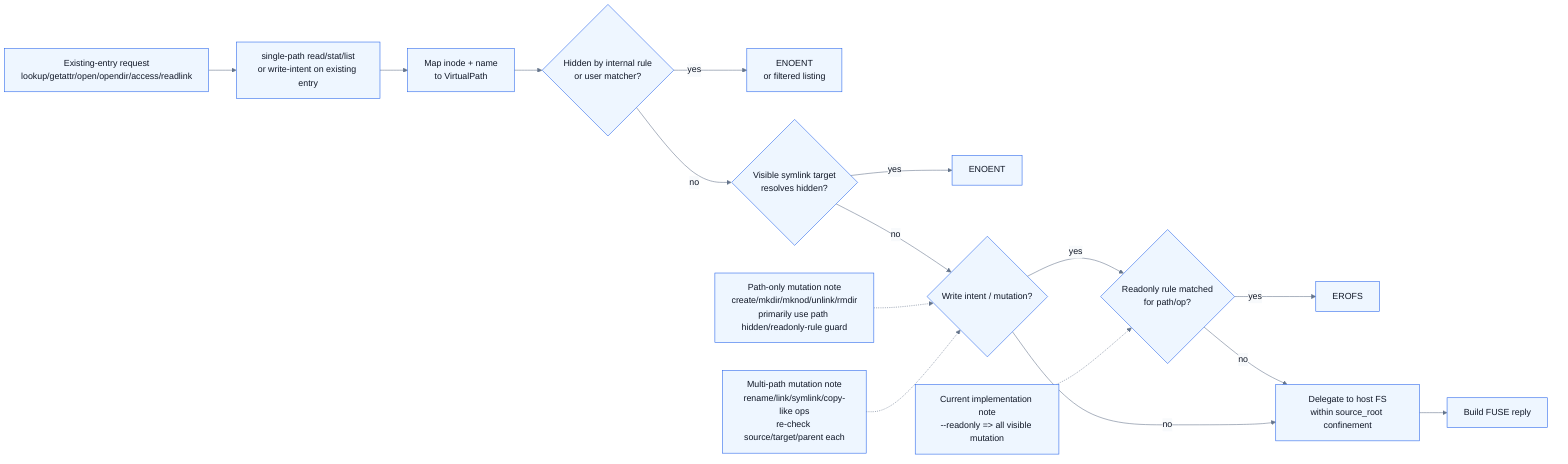
Before: docs/diagrams/request-decision-flow.png, a diagram exported from Mermaid (spi-ca/screenfs). Its source is kept beside it as docs/diagrams/request-decision-flow.mmd.
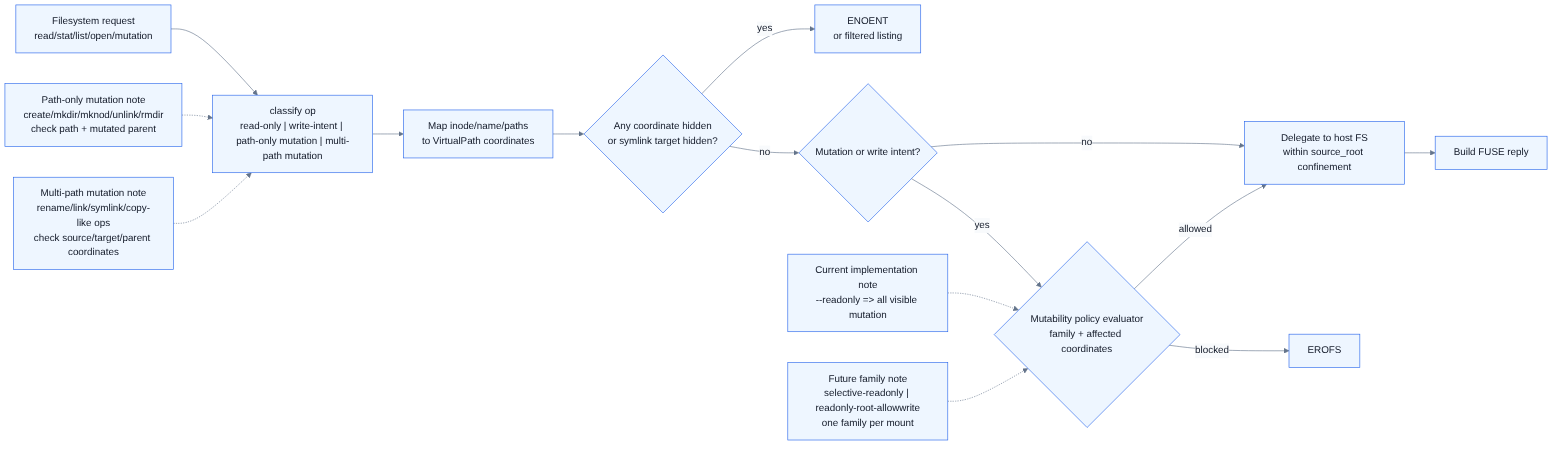
The same file after the commit.

The edit, as a diff of the source:
```diff
@@ -1,17 +1,16 @@
 flowchart LR
-    req["Existing-entry request\nlookup/getattr/open/opendir/access/readlink"] --> classify["single-path read/stat/list\nor write-intent on existing entry"]
-    classify --> map["Map inode + name\nto VirtualPath"]
-    map --> hidden{"Hidden by internal rule\nor user matcher?"}
+    req["Filesystem request\nread/stat/list/open/mutation"] --> classify["classify op\nread-only | write-intent | path-only mutation | multi-path mutation"]
+    classify --> map["Map inode/name/paths\nto VirtualPath coordinates"]
+    map --> hidden{"Any coordinate hidden\nor symlink target hidden?"}
     hidden -- yes --> hiddenResult["ENOENT\nor filtered listing"]
-    hidden -- no --> symlink{"Visible symlink target\nresolves hidden?"}
-    symlink -- yes --> hiddenTarget["ENOENT"]
-    symlink -- no --> op{"Write intent / mutation?"}
-    op -- yes --> readonly{"Readonly rule matched\nfor path/op?"}
-    readonly -- yes --> roResult["EROFS"]
-    readonly -- no --> delegate["Delegate to host FS\nwithin source_root confinement"]
-    op -- no --> delegate
+    hidden -- no --> op{"Mutation or write intent?"}
+    op -- no --> delegate["Delegate to host FS\nwithin source_root confinement"]
+    op -- yes --> policy{"Mutability policy evaluator\nfamily + affected coordinates"}
+    policy -- blocked --> roResult["EROFS"]
+    policy -- allowed --> delegate
     delegate --> reply["Build FUSE reply"]
 
-    impl["Current implementation note\n--readonly => all visible mutation"] -.-> readonly
-    pathOnly["Path-only mutation note\ncreate/mkdir/mknod/unlink/rmdir\nprimarily use path hidden/readonly-rule guard"] -.-> op
-    multi["Multi-path mutation note\nrename/link/symlink/copy-like ops\nre-check source/target/parent each"] -.-> op
+    impl["Current implementation note\n--readonly => all visible mutation"] -.-> policy
+    family["Future family note\nselective-readonly | readonly-root-allowwrite\none family per mount"] -.-> policy
+    pathOnly["Path-only mutation note\ncreate/mkdir/mknod/unlink/rmdir\ncheck path + mutated parent"] -.-> classify
+    multi["Multi-path mutation note\nrename/link/symlink/copy-like ops\ncheck source/target/parent coordinates"] -.-> classify
```
